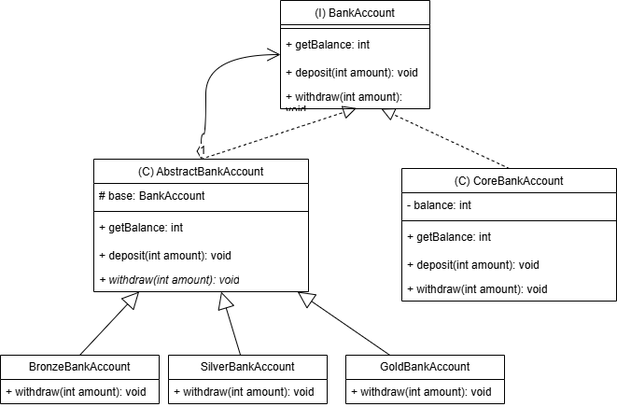
Above: pps-lab01b-es1.png in MHS-20/pps-lab01b (draw.io), before the change. Source tidied: cells renumbered, new cells last; positions are measured from the earlier drawing's top-left corner, leaving out a move shared by most shapes.
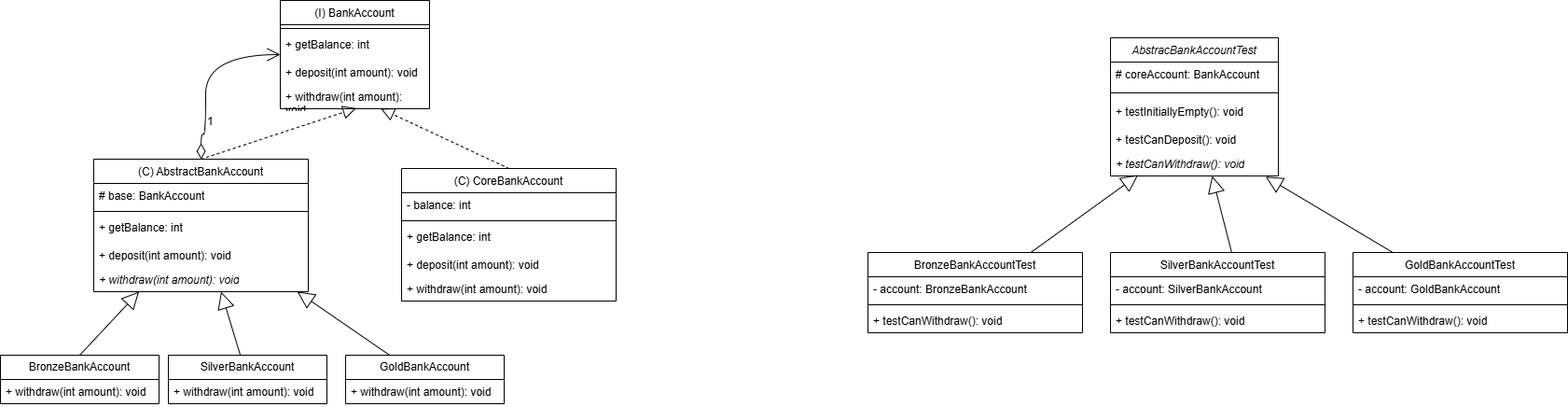
Later version of the same file.

The edit, as a diff of the source:
```diff
@@ -87,7 +87,7 @@
       <mxGeometry relative="1" as="geometry" />
     </mxCell>
     <mxCell id="30" value="1" style="endArrow=open;html=1;endSize=12;startArrow=diamondThin;startSize=14;startFill=0;edgeStyle=orthogonalEdgeStyle;align=left;verticalAlign=bottom;rounded=0;fontSize=12;curved=1;" parent="1" edge="1" source="15" target="4">
-      <mxGeometry x="-1" y="3" relative="1" as="geometry">
+      <mxGeometry x="-0.64" relative="1" as="geometry">
         <Array as="points">
           <mxPoint x="215" y="143" />
           <mxPoint x="220" y="143" />
@@ -95,5 +95,68 @@
         </Array>
       </mxGeometry>
     </mxCell>
+    <mxCell id="31" value="&lt;span style=&quot;font-weight: 400;&quot;&gt;&lt;i&gt;AbstracBankAccountTest&lt;/i&gt;&lt;/span&gt;" style="swimlane;fontStyle=1;align=center;verticalAlign=top;horizontal=1;startSize=26;whiteSpace=wrap;html=1;" parent="1" vertex="1">
+      <mxGeometry x="1190" y="40" width="180" height="148" as="geometry" />
+    </mxCell>
+    <mxCell id="32" value="# coreAccount:&amp;nbsp;BankAccount" style="text;strokeColor=none;fillColor=none;align=left;verticalAlign=top;spacingLeft=4;spacingRight=4;overflow=hidden;whiteSpace=wrap;html=1;" parent="31" vertex="1">
+      <mxGeometry y="26" width="180" height="26" as="geometry" />
+    </mxCell>
+    <mxCell id="33" style="line;strokeWidth=1;fillColor=none;align=left;verticalAlign=middle;spacingTop=-1;spacingLeft=3;spacingRight=3;labelPosition=right;strokeColor=inherit;" parent="31" vertex="1">
+      <mxGeometry y="52" width="180" height="14" as="geometry" />
+    </mxCell>
+    <mxCell id="34" value="+ testInitiallyEmpty(): void" style="text;strokeColor=none;fillColor=none;align=left;verticalAlign=top;spacingLeft=4;spacingRight=4;overflow=hidden;whiteSpace=wrap;html=1;" parent="31" vertex="1">
+      <mxGeometry y="66" width="180" height="30" as="geometry" />
+    </mxCell>
+    <mxCell id="35" value="+&amp;nbsp;testCanDeposit(): void" style="text;strokeColor=none;fillColor=none;align=left;verticalAlign=top;spacingLeft=4;spacingRight=4;overflow=hidden;whiteSpace=wrap;html=1;" parent="31" vertex="1">
+      <mxGeometry y="96" width="180" height="26" as="geometry" />
+    </mxCell>
+    <mxCell id="36" value="&lt;i&gt;+ testCanWithdraw(): void&lt;/i&gt;" style="text;strokeColor=none;fillColor=none;align=left;verticalAlign=top;spacingLeft=4;spacingRight=4;overflow=hidden;points=[[0,0.5],[1,0.5]];portConstraint=eastwest;whiteSpace=wrap;html=1;" parent="31" vertex="1">
+      <mxGeometry y="122" width="180" height="26" as="geometry" />
+    </mxCell>
+    <mxCell id="37" value="&lt;span style=&quot;font-weight: 400;&quot;&gt;BronzeBankAccountTest&lt;/span&gt;" style="swimlane;fontStyle=1;align=center;verticalAlign=top;horizontal=1;startSize=26;whiteSpace=wrap;html=1;" parent="1" vertex="1">
+      <mxGeometry x="930" y="270" width="230" height="86" as="geometry" />
+    </mxCell>
+    <mxCell id="38" value="- account: BronzeBankAccount" style="text;strokeColor=none;fillColor=none;align=left;verticalAlign=top;spacingLeft=4;spacingRight=4;overflow=hidden;whiteSpace=wrap;html=1;" parent="37" vertex="1">
+      <mxGeometry y="26" width="230" height="26" as="geometry" />
+    </mxCell>
+    <mxCell id="39" style="line;strokeWidth=1;fillColor=none;align=left;verticalAlign=middle;spacingTop=-1;spacingLeft=3;spacingRight=3;labelPosition=right;strokeColor=inherit;" parent="37" vertex="1">
+      <mxGeometry y="52" width="230" height="8" as="geometry" />
+    </mxCell>
+    <mxCell id="40" value="+ testCanWithdraw(): void" style="text;strokeColor=none;fillColor=none;align=left;verticalAlign=top;spacingLeft=4;spacingRight=4;overflow=hidden;whiteSpace=wrap;html=1;" parent="37" vertex="1">
+      <mxGeometry y="60" width="230" height="26" as="geometry" />
+    </mxCell>
+    <mxCell id="41" style="endArrow=block;endSize=16;endFill=0;html=1;rounded=0;fontSize=12;curved=1;entryX=0.165;entryY=0.959;entryDx=0;entryDy=0;entryPerimeter=0;" parent="1" edge="1" source="37" target="36">
+      <mxGeometry relative="1" as="geometry" />
+    </mxCell>
+    <mxCell id="42" style="endArrow=block;endSize=16;endFill=0;html=1;rounded=0;fontSize=12;curved=1;exitX=0.565;exitY=0;exitDx=0;exitDy=0;exitPerimeter=0;" parent="1" edge="1" source="44" target="31">
+      <mxGeometry relative="1" as="geometry" />
+    </mxCell>
+    <mxCell id="43" style="endArrow=block;endSize=16;endFill=0;html=1;rounded=0;fontSize=12;curved=1;entryX=0.924;entryY=1.03;entryDx=0;entryDy=0;entryPerimeter=0;" parent="1" edge="1" source="48" target="36">
+      <mxGeometry relative="1" as="geometry" />
+    </mxCell>
+    <mxCell id="44" value="&lt;span style=&quot;font-weight: 400;&quot;&gt;SilverBankAccountTest&lt;/span&gt;" style="swimlane;fontStyle=1;align=center;verticalAlign=top;horizontal=1;startSize=26;whiteSpace=wrap;html=1;" parent="1" vertex="1">
+      <mxGeometry x="1190" y="270" width="230" height="86" as="geometry" />
+    </mxCell>
+    <mxCell id="45" value="- account: SilverBankAccount" style="text;strokeColor=none;fillColor=none;align=left;verticalAlign=top;spacingLeft=4;spacingRight=4;overflow=hidden;whiteSpace=wrap;html=1;" parent="44" vertex="1">
+      <mxGeometry y="26" width="230" height="26" as="geometry" />
+    </mxCell>
+    <mxCell id="46" style="line;strokeWidth=1;fillColor=none;align=left;verticalAlign=middle;spacingTop=-1;spacingLeft=3;spacingRight=3;labelPosition=right;strokeColor=inherit;" parent="44" vertex="1">
+      <mxGeometry y="52" width="230" height="8" as="geometry" />
+    </mxCell>
+    <mxCell id="47" value="+ testCanWithdraw(): void" style="text;strokeColor=none;fillColor=none;align=left;verticalAlign=top;spacingLeft=4;spacingRight=4;overflow=hidden;whiteSpace=wrap;html=1;" parent="44" vertex="1">
+      <mxGeometry y="60" width="230" height="26" as="geometry" />
+    </mxCell>
+    <mxCell id="48" value="&lt;span style=&quot;font-weight: 400;&quot;&gt;GoldBankAccountTest&lt;/span&gt;" style="swimlane;fontStyle=1;align=center;verticalAlign=top;horizontal=1;startSize=26;whiteSpace=wrap;html=1;" parent="1" vertex="1">
+      <mxGeometry x="1450" y="270" width="230" height="86" as="geometry" />
+    </mxCell>
+    <mxCell id="49" value="- account: GoldBankAccount" style="text;strokeColor=none;fillColor=none;align=left;verticalAlign=top;spacingLeft=4;spacingRight=4;overflow=hidden;whiteSpace=wrap;html=1;" parent="48" vertex="1">
+      <mxGeometry y="26" width="230" height="26" as="geometry" />
+    </mxCell>
+    <mxCell id="50" style="line;strokeWidth=1;fillColor=none;align=left;verticalAlign=middle;spacingTop=-1;spacingLeft=3;spacingRight=3;labelPosition=right;strokeColor=inherit;" parent="48" vertex="1">
+      <mxGeometry y="52" width="230" height="8" as="geometry" />
+    </mxCell>
+    <mxCell id="51" value="+ testCanWithdraw(): void" style="text;strokeColor=none;fillColor=none;align=left;verticalAlign=top;spacingLeft=4;spacingRight=4;overflow=hidden;whiteSpace=wrap;html=1;" parent="48" vertex="1">
+      <mxGeometry y="60" width="230" height="26" as="geometry" />
+    </mxCell>
   </root>
 </mxGraphModel>
```
